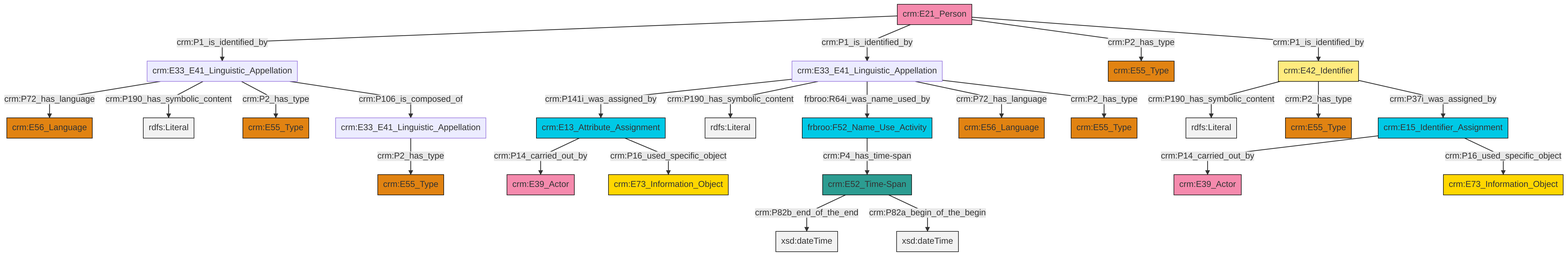
This is et/personCSV/ttl/mmd/png/Person_Names_and_Classification.png from swiss-art-research-net/reference-data-models, a Mermaid export, as it was before one commit. Its source is kept beside it as et/personCSV/ttl/mmd/Person_Names_and_Classification.ttl.mmd.
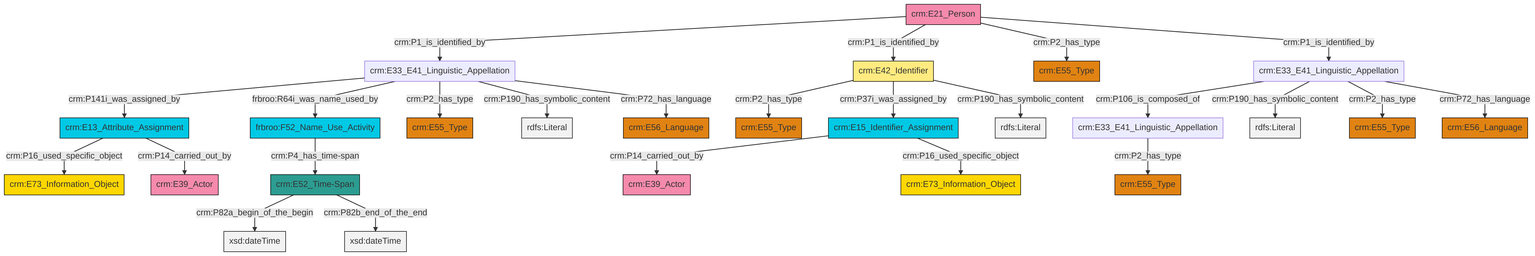
After the commit.

Diff of the diagram source:
```diff
@@ -13,27 +13,27 @@
 classDef PC_Classes fill:#4ce600, stroke:#000000;
 classDef Multi fill:#cccccc,stroke:#000000;
 
-4["crm:E33_E41_Linguistic_Appellation"]:::Default -->|crm:P141i_was_assigned_by| 5["crm:E13_Attribute_Assignment"]:::Temporal_Entity
-6["crm:E15_Identifier_Assignment"]:::Temporal_Entity -->|crm:P14_carried_out_by| 7["crm:E39_Actor"]:::Actor
-8["crm:E42_Identifier"]:::Appellation -->|crm:P190_has_symbolic_content| 9[rdfs:Literal]:::Literal
-12["crm:E33_E41_Linguistic_Appellation"]:::Default -->|crm:P72_has_language| 13["crm:E56_Language"]:::Type
-4["crm:E33_E41_Linguistic_Appellation"]:::Default -->|crm:P190_has_symbolic_content| 14[rdfs:Literal]:::Literal
-6["crm:E15_Identifier_Assignment"]:::Temporal_Entity -->|crm:P16_used_specific_object| 17["crm:E73_Information_Object"]:::Conceptual_Object
-12["crm:E33_E41_Linguistic_Appellation"]:::Default -->|crm:P190_has_symbolic_content| 18[rdfs:Literal]:::Literal
-4["crm:E33_E41_Linguistic_Appellation"]:::Default -->|frbroo:R64i_was_name_used_by| 0["frbroo:F52_Name_Use_Activity"]:::Temporal_Entity
-12["crm:E33_E41_Linguistic_Appellation"]:::Default -->|crm:P2_has_type| 19["crm:E55_Type"]:::Type
-2["crm:E52_Time-Span"]:::Time-Span -->|crm:P82b_end_of_the_end| 29[xsd:dateTime]:::Literal
-33["crm:E21_Person"]:::Actor -->|crm:P1_is_identified_by| 12["crm:E33_E41_Linguistic_Appellation"]:::Default
-8["crm:E42_Identifier"]:::Appellation -->|crm:P2_has_type| 25["crm:E55_Type"]:::Type
-8["crm:E42_Identifier"]:::Appellation -->|crm:P37i_was_assigned_by| 6["crm:E15_Identifier_Assignment"]:::Temporal_Entity
-15["crm:E33_E41_Linguistic_Appellation"]:::Default -->|crm:P2_has_type| 21["crm:E55_Type"]:::Type
-4["crm:E33_E41_Linguistic_Appellation"]:::Default -->|crm:P72_has_language| 39["crm:E56_Language"]:::Type
-33["crm:E21_Person"]:::Actor -->|crm:P1_is_identified_by| 4["crm:E33_E41_Linguistic_Appellation"]:::Default
-33["crm:E21_Person"]:::Actor -->|crm:P2_has_type| 23["crm:E55_Type"]:::Type
-33["crm:E21_Person"]:::Actor -->|crm:P1_is_identified_by| 8["crm:E42_Identifier"]:::Appellation
-4["crm:E33_E41_Linguistic_Appellation"]:::Default -->|crm:P2_has_type| 31["crm:E55_Type"]:::Type
-12["crm:E33_E41_Linguistic_Appellation"]:::Default -->|crm:P106_is_composed_of| 15["crm:E33_E41_Linguistic_Appellation"]:::Default
-5["crm:E13_Attribute_Assignment"]:::Temporal_Entity -->|crm:P14_carried_out_by| 34["crm:E39_Actor"]:::Actor
-2["crm:E52_Time-Span"]:::Time-Span -->|crm:P82a_begin_of_the_begin| 40[xsd:dateTime]:::Literal
-5["crm:E13_Attribute_Assignment"]:::Temporal_Entity -->|crm:P16_used_specific_object| 10["crm:E73_Information_Object"]:::Conceptual_Object
-0["frbroo:F52_Name_Use_Activity"]:::Temporal_Entity -->|crm:P4_has_time-span| 2["crm:E52_Time-Span"]:::Time-Span
+4["crm:E13_Attribute_Assignment"]:::Temporal_Entity -->|crm:P16_used_specific_object| 5["crm:E73_Information_Object"]:::Conceptual_Object
+4["crm:E13_Attribute_Assignment"]:::Temporal_Entity -->|crm:P14_carried_out_by| 6["crm:E39_Actor"]:::Actor
+7["crm:E15_Identifier_Assignment"]:::Temporal_Entity -->|crm:P14_carried_out_by| 8["crm:E39_Actor"]:::Actor
+9["crm:E42_Identifier"]:::Appellation -->|crm:P2_has_type| 10["crm:E55_Type"]:::Type
+13["frbroo:F52_Name_Use_Activity"]:::Temporal_Entity -->|crm:P4_has_time-span| 14["crm:E52_Time-Span"]:::Time-Span
+15["crm:E21_Person"]:::Actor -->|crm:P1_is_identified_by| 16["crm:E33_E41_Linguistic_Appellation"]:::Default
+16["crm:E33_E41_Linguistic_Appellation"]:::Default -->|crm:P141i_was_assigned_by| 4["crm:E13_Attribute_Assignment"]:::Temporal_Entity
+9["crm:E42_Identifier"]:::Appellation -->|crm:P37i_was_assigned_by| 7["crm:E15_Identifier_Assignment"]:::Temporal_Entity
+17["crm:E33_E41_Linguistic_Appellation"]:::Default -->|crm:P106_is_composed_of| 18["crm:E33_E41_Linguistic_Appellation"]:::Default
+16["crm:E33_E41_Linguistic_Appellation"]:::Default -->|frbroo:R64i_was_name_used_by| 13["frbroo:F52_Name_Use_Activity"]:::Temporal_Entity
+14["crm:E52_Time-Span"]:::Time-Span -->|crm:P82a_begin_of_the_begin| 20[xsd:dateTime]:::Literal
+15["crm:E21_Person"]:::Actor -->|crm:P1_is_identified_by| 9["crm:E42_Identifier"]:::Appellation
+16["crm:E33_E41_Linguistic_Appellation"]:::Default -->|crm:P2_has_type| 2["crm:E55_Type"]:::Type
+15["crm:E21_Person"]:::Actor -->|crm:P2_has_type| 0["crm:E55_Type"]:::Type
+18["crm:E33_E41_Linguistic_Appellation"]:::Default -->|crm:P2_has_type| 11["crm:E55_Type"]:::Type
+17["crm:E33_E41_Linguistic_Appellation"]:::Default -->|crm:P190_has_symbolic_content| 33[rdfs:Literal]:::Literal
+17["crm:E33_E41_Linguistic_Appellation"]:::Default -->|crm:P2_has_type| 28["crm:E55_Type"]:::Type
+16["crm:E33_E41_Linguistic_Appellation"]:::Default -->|crm:P190_has_symbolic_content| 34[rdfs:Literal]:::Literal
+9["crm:E42_Identifier"]:::Appellation -->|crm:P190_has_symbolic_content| 39[rdfs:Literal]:::Literal
+14["crm:E52_Time-Span"]:::Time-Span -->|crm:P82b_end_of_the_end| 42[xsd:dateTime]:::Literal
+15["crm:E21_Person"]:::Actor -->|crm:P1_is_identified_by| 17["crm:E33_E41_Linguistic_Appellation"]:::Default
+16["crm:E33_E41_Linguistic_Appellation"]:::Default -->|crm:P72_has_language| 21["crm:E56_Language"]:::Type
+17["crm:E33_E41_Linguistic_Appellation"]:::Default -->|crm:P72_has_language| 23["crm:E56_Language"]:::Type
+7["crm:E15_Identifier_Assignment"]:::Temporal_Entity -->|crm:P16_used_specific_object| 45["crm:E73_Information_Object"]:::Conceptual_Object
```
